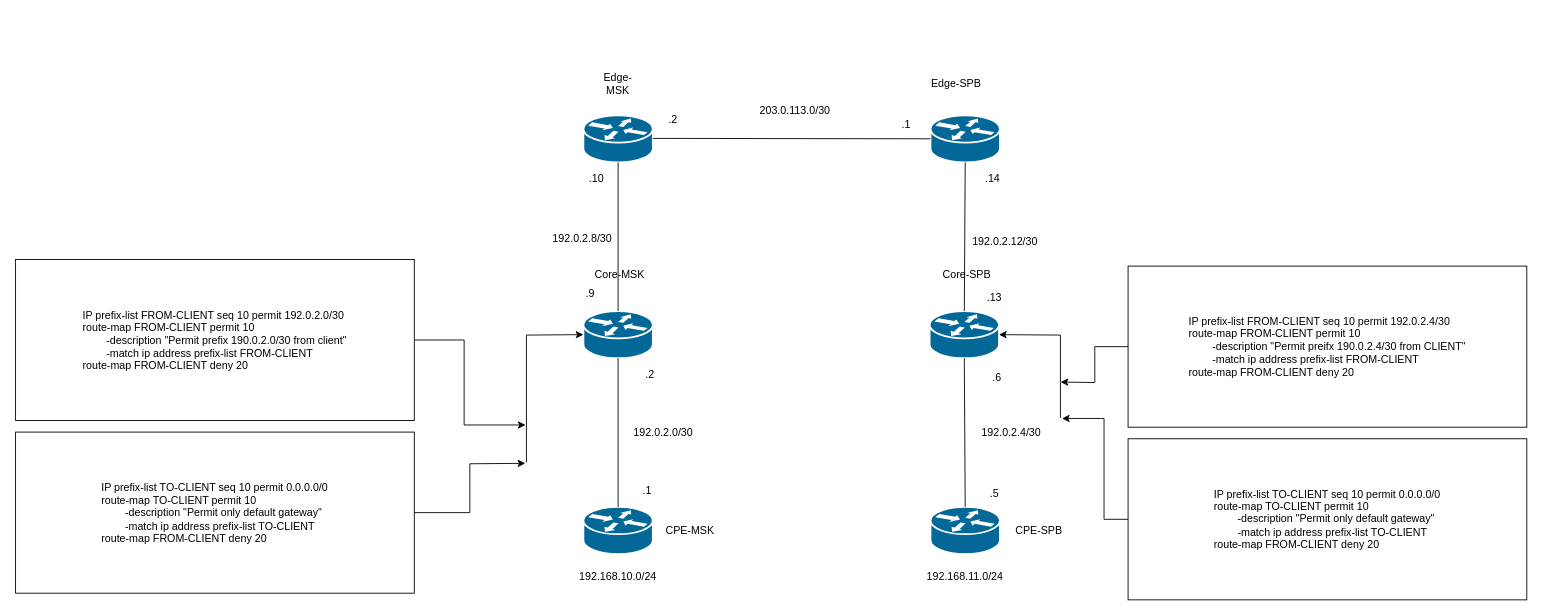
BrBofTheKali/Network-labs keeps this draw.io diagram as page "Filtering_IPv4" (4 of 6) of Lab1/Scenario1.drawio. Above is the earlier version. Source tidied: cells renumbered, new cells numbered last; positions are measured from the earlier drawing's top-left corner, leaving out a move shared by most shapes. Both pictures are drawn from the tidied source at 89%, with x=0, y=0 at pixel (15, 70).
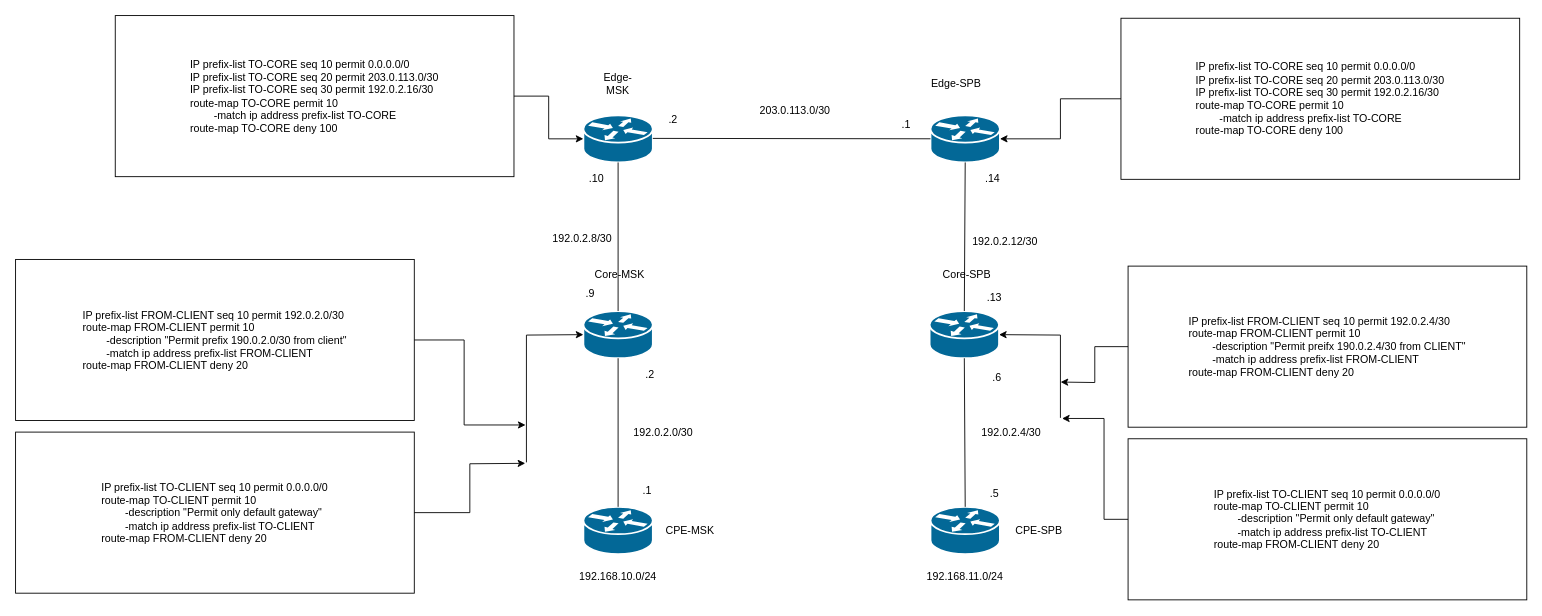
The same page after the edit.

Unchanged cells that the change refers to:
```xml
<mxCell id="2" style="strokeColor=#ffffff;sketch=0;html=1;dashed=0;fillColor=#036897;strokeWidth=2;verticalLabelPosition=bottom;verticalAlign=top;align=center;outlineConnect=0;shape=mxgraph.cisco.routers.router;" parent="1" vertex="1">
  <mxGeometry x="638" y="50" width="78" height="53" as="geometry" />
</mxCell>
<mxCell id="3" style="strokeColor=#ffffff;sketch=0;html=1;dashed=0;fillColor=#036897;strokeWidth=2;verticalLabelPosition=bottom;verticalAlign=top;align=center;outlineConnect=0;shape=mxgraph.cisco.routers.router;" parent="1" vertex="1">
  <mxGeometry x="1028" y="50" width="78" height="53" as="geometry" />
</mxCell>
```

Diff of the diagram source:
```diff
@@
+    <mxCell id="46" style="edgeStyle=orthogonalEdgeStyle;rounded=0;jettySize=auto;html=1;exitX=1;exitY=0.5;exitDx=0;exitDy=0;" parent="1" edge="1" source="47" target="2">
+      <mxGeometry relative="1" as="geometry" />
+    </mxCell>
+    <mxCell id="47" value="&lt;div style=&quot;text-align: justify;&quot;&gt;&lt;span style=&quot;background-color: transparent; color: light-dark(rgb(0, 0, 0), rgb(255, 255, 255)); text-align: center;&quot;&gt;IP prefix-list TO-CORE seq 10 permit 0.0.0.0/0&lt;br&gt;&lt;/span&gt;&lt;span style=&quot;text-align: center;&quot;&gt;IP prefix-list TO-CORE seq 20 permit 203.0.113.0/30&lt;br&gt;&lt;/span&gt;&lt;span style=&quot;text-align: center;&quot;&gt;IP prefix-list TO-CORE seq 30 permit 192.0.2.16/30&lt;/span&gt;&lt;span style=&quot;background-color: transparent; color: light-dark(rgb(0, 0, 0), rgb(255, 255, 255)); text-align: center;&quot;&gt;&lt;/span&gt;&lt;/div&gt;&lt;div style=&quot;text-align: justify;&quot;&gt;&lt;span style=&quot;background-color: transparent; color: light-dark(rgb(0, 0, 0), rgb(255, 255, 255));&quot;&gt;route-map TO-CORE permit 10&lt;/span&gt;&lt;/div&gt;&lt;div&gt;&lt;div style=&quot;text-align: justify;&quot;&gt;&lt;span style=&quot;background-color: transparent; color: light-dark(rgb(0, 0, 0), rgb(255, 255, 255));&quot;&gt;&amp;nbsp; &amp;nbsp; &amp;nbsp; &amp;nbsp; -match ip address prefix-list TO-CORE&lt;/span&gt;&lt;/div&gt;&lt;div style=&quot;text-align: justify;&quot;&gt;&lt;span style=&quot;background-color: transparent; color: light-dark(rgb(0, 0, 0), rgb(255, 255, 255));&quot;&gt;route-map TO-CORE deny 100&lt;/span&gt;&lt;/div&gt;&lt;/div&gt;" style="text;html=1;whiteSpace=wrap;strokeColor=default;fillColor=none;align=center;verticalAlign=middle;rounded=0;" parent="1" vertex="1">
+      <mxGeometry x="112" y="-62" width="448" height="181" as="geometry" />
+    </mxCell>
+    <mxCell id="48" value="&lt;div style=&quot;text-align: justify;&quot;&gt;&lt;span style=&quot;background-color: transparent; color: light-dark(rgb(0, 0, 0), rgb(255, 255, 255)); text-align: center;&quot;&gt;IP prefix-list TO-CORE seq 10 permit 0.0.0.0/0&lt;br&gt;&lt;/span&gt;&lt;span style=&quot;text-align: center;&quot;&gt;IP prefix-list TO-CORE seq 20 permit 203.0.113.0/30&lt;br&gt;&lt;/span&gt;&lt;span style=&quot;text-align: center;&quot;&gt;IP prefix-list TO-CORE seq 30 permit 192.0.2.16/30&lt;/span&gt;&lt;span style=&quot;background-color: transparent; color: light-dark(rgb(0, 0, 0), rgb(255, 255, 255)); text-align: center;&quot;&gt;&lt;/span&gt;&lt;/div&gt;&lt;div style=&quot;text-align: justify;&quot;&gt;&lt;span style=&quot;background-color: transparent; color: light-dark(rgb(0, 0, 0), rgb(255, 255, 255));&quot;&gt;route-map TO-CORE permit 10&lt;/span&gt;&lt;/div&gt;&lt;div&gt;&lt;div style=&quot;text-align: justify;&quot;&gt;&lt;span style=&quot;background-color: transparent; color: light-dark(rgb(0, 0, 0), rgb(255, 255, 255));&quot;&gt;&amp;nbsp; &amp;nbsp; &amp;nbsp; &amp;nbsp; -match ip address prefix-list TO-CORE&lt;/span&gt;&lt;/div&gt;&lt;div style=&quot;text-align: justify;&quot;&gt;&lt;span style=&quot;background-color: transparent; color: light-dark(rgb(0, 0, 0), rgb(255, 255, 255));&quot;&gt;route-map TO-CORE deny 100&lt;/span&gt;&lt;/div&gt;&lt;/div&gt;" style="text;html=1;whiteSpace=wrap;strokeColor=default;fillColor=none;align=center;verticalAlign=middle;rounded=0;" parent="1" vertex="1">
+      <mxGeometry x="1242" y="-59" width="448" height="181" as="geometry" />
+    </mxCell>
+    <mxCell id="49" style="edgeStyle=orthogonalEdgeStyle;rounded=0;jettySize=auto;html=1;exitX=0;exitY=0.5;exitDx=0;exitDy=0;entryX=1;entryY=0.5;entryDx=0;entryDy=0;entryPerimeter=0;" parent="1" edge="1" source="48" target="3">
+      <mxGeometry relative="1" as="geometry" />
+    </mxCell>
```
